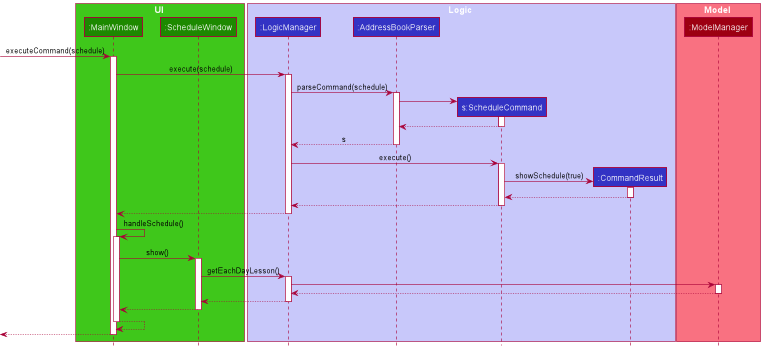
Earlier version of the PlantUML export docs/images/ScheduleSequenceDiagram.png (nus-cs2103-AY2021S2/tp).
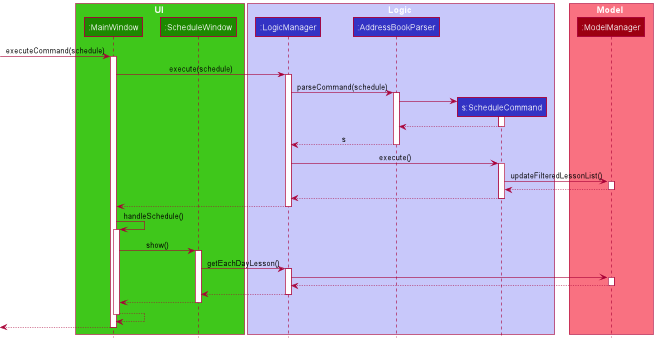
The same diagram one commit later.

The edit, as a diff of the source:
```diff
@@ -10,7 +10,6 @@
 participant ":LogicManager" as LogicManager LOGIC_COLOR
 participant ":AddressBookParser" as AddressBookParser LOGIC_COLOR
 participant "s:ScheduleCommand" as ScheduleCommand LOGIC_COLOR
-participant ":CommandResult" as CommandResult LOGIC_COLOR
 end box
 
 box Model MODEL_COLOR_T1
@@ -39,12 +38,11 @@
 LogicManager -> ScheduleCommand : execute()
 activate ScheduleCommand
 
-create CommandResult
-ScheduleCommand -> CommandResult : showSchedule(true)
-activate CommandResult
+ScheduleCommand -> ModelManager : updateFilteredLessonList()
+activate ModelManager
 
-CommandResult --> ScheduleCommand
-deactivate CommandResult
+ModelManager --> ScheduleCommand
+deactivate ModelManager
 
 ScheduleCommand --> LogicManager
 deactivate ScheduleCommand
```
